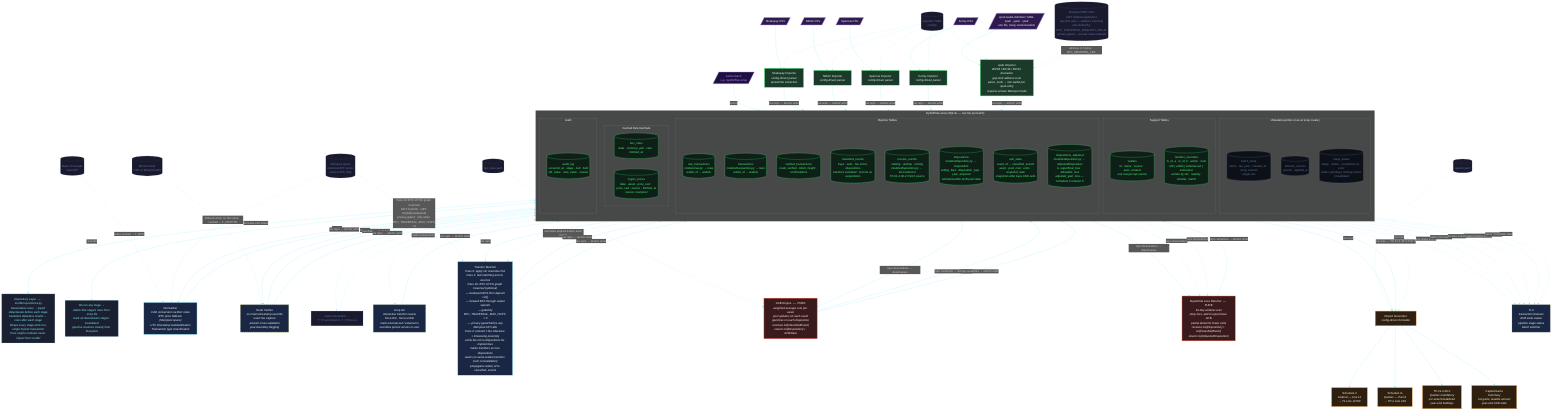
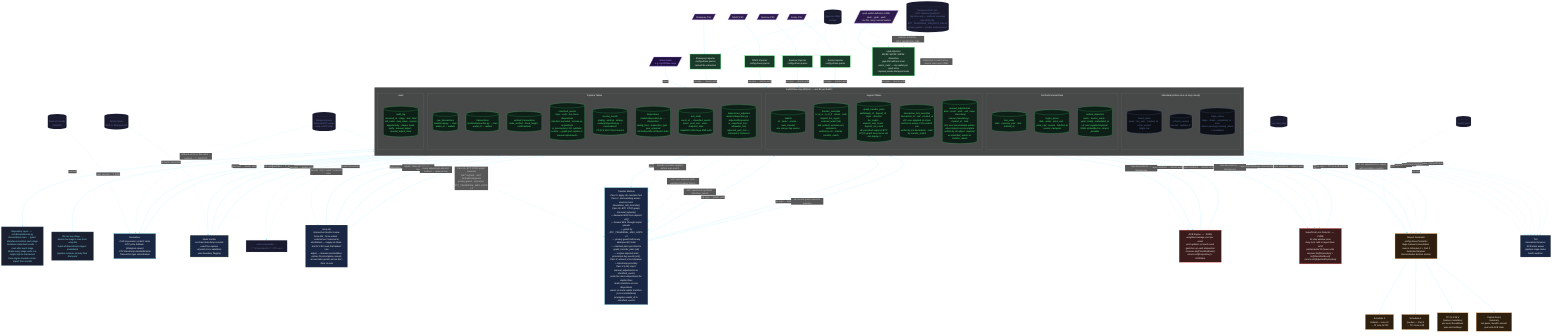
---
- verified-at: b5e6b66
+ verified-at: 8938c26
tracks:
  - src/sirop/db/schema.py
---
%%{init: {
  "theme": "dark",
  "themeVariables": {
    "primaryColor": "#1a1a2e",
    "primaryTextColor": "#e0e0e0",
    "primaryBorderColor": "#44475a",
    "lineColor": "#8be9fd",
    "secondaryColor": "#16213e",
    "tertiaryColor": "#0f3460",
    "fontSize": "14px"
  }
}}%%

flowchart TD
    classDef source   fill:#2d1b4e,stroke:#bd93f9,color:#f8f8f2,stroke-width:2px
    classDef importer fill:#1a3a2a,stroke:#50fa7b,color:#f8f8f2,stroke-width:2px
    classDef process  fill:#1a2744,stroke:#8be9fd,color:#f8f8f2,stroke-width:2px
    classDef engine   fill:#3a1a1a,stroke:#ff5555,color:#f8f8f2,stroke-width:2px
    classDef optional fill:#1a2744,stroke:#f1fa8c,color:#f8f8f2,stroke-width:2px,stroke-dasharray: 5 5
    classDef output   fill:#2e1f0f,stroke:#ffb86c,color:#f8f8f2,stroke-width:2px
    classDef dbtable  fill:#0d1f17,stroke:#50fa7b,color:#50fa7b,stroke-width:1px
    classDef dbmeta   fill:#0d1117,stroke:#6272a4,color:#6272a4,stroke-width:1px
    classDef external fill:#1a1a2e,stroke:#6272a4,color:#6272a4,stroke-width:1px,stroke-dasharray: 3 3
    classDef batch    fill:#1e1040,stroke:#bd93f9,color:#bd93f9,stroke-width:2px
    classDef repo     fill:#1a2030,stroke:#8be9fd,color:#8be9fd,stroke-width:1px,stroke-dasharray: 4 2
    classDef tui      fill:#1a2744,stroke:#f1fa8c,color:#f8f8f2,stroke-width:1px,stroke-dasharray: 3 3

    %% ═══════════════════════════════════════════
    %% BATCH CONTEXT
    %% One batch = one person's one tax year (e.g. "my2025tax").
    %% Each batch is a separate .sirop file in DATA_DIR.
    %% Active batch tracked in DATA_DIR/.active.
    %% ═══════════════════════════════════════════

    BATCH[/"Active batch<br/><i>e.g. my2025tax.sirop</i>"/]:::batch

    subgraph SIROPDB ["  my2025tax.sirop  (SQLite — one file per batch)"]
        direction TB

        subgraph DBMETA ["  Metadata (written once at sirop create)  "]
            T_BATCH[("batch_meta<br/><i>name · tax_year · created_at · sirop_version</i><br/><i>single row</i>")]:::dbmeta
            T_SCHEMA[("schema_version<br/><i>version · applied_at</i>")]:::dbmeta
            T_STATUS[("stage_status<br/><i>stage · status · completed_at · error</i><br/><i>status: pending | running | done | invalidated</i>")]:::dbmeta
        end

        subgraph DBCACHE ["  Cached External Data  "]
            T_BOC[("boc_rates<br/><i>date · currency_pair · rate · fetched_at</i>")]:::dbtable
            T_CRYPTO[("crypto_prices<br/><i>date · asset · price_usd · price_cad · source · fetched_at</i><br/><i>source: mempool</i>")]:::dbtable
+             T_CUSTOM_IMP[("custom_importers<br/><i>name · source_name · yaml_config · embedded_at</i><br/><i>v3: user-supplied importer YAML embedded so .sirop is portable</i>")]:::dbtable
        end

        subgraph DBSUPPORT ["  Support Tables  "]
            T_WALLETS[("wallets<br/><i>id · name · source · auto_created</i><br/><i>one row per tap source</i>")]:::dbtable
-             T_OVRD[("transfer_overrides<br/><i>tx_id_a · tx_id_b · action · note</i><br/><i>link | unlink | external-out | external-in</i><br/><i>written by stir · read by transfer_match</i>")]:::dbtable
+             T_OVRD[("transfer_overrides<br/><i>tx_id_a · tx_id_b · action · note</i><br/><i>implied_fee_crypto · external_wallet (v5)</i><br/><i>link | unlink | external-out | external-in</i><br/><i>written by stir · read by transfer_match</i>")]:::dbtable
+             T_GRAPH_PAIRS[("graph_transfer_pairs<br/><i>withdrawal_id · deposit_id · hops · direction</i><br/><i>fee_crypto · deposit_vout_count · deposit_vin_count</i><br/><i>v8: persisted output of BTC UTXO graph traversal so stir can display it</i>")]:::dbtable
+             T_TXID_OVRD[("transaction_txid_overrides<br/><i>transaction_id · txid · created_at</i><br/><i>v10: user-supplied on-chain txid for txs whose CSV omitted one</i><br/><i>written by stir destination · read by transfer_match</i>")]:::dbtable
+             T_MANUAL_ADJ[("manual_adjustments<br/><i>kind · asset · units · cad_value · timestamp</i><br/><i>reason (mandatory) · created_at · note</i><br/><i>v12: user reconciliation entries when imports are incomplete</i><br/><i>written by stir adjust · injected as classified_events at transfer_match</i>")]:::dbtable
        end

        subgraph DBPIPE ["  Pipeline Tables  "]
            T_RAW[("raw_transactions<br/><i>models/raw.py → rows</i><br/><i>wallet_id → wallets</i>")]:::dbtable
            T_TX[("transactions<br/><i>models/transaction.py → rows</i><br/><i>wallet_id → wallets</i>")]:::dbtable
            T_VTX[("verified_transactions<br/><i>node_verified · block_height · confirmations</i>")]:::dbtable
-             T_EVT[("classified_events<br/><i>buys · sells · fee micro-dispositions</i><br/><i>transfers excluded · income as acquisitions</i>")]:::dbtable
+             T_EVT[("classified_events<br/><i>buys · sells · fee micro-dispositions</i><br/><i>transfers excluded · income as acquisitions</i><br/><i>is_provisional (v11): synthetic events — graph-pair surplus or manual adjustments</i>")]:::dbtable
            T_INCOME[("income_events<br/><i>staking · airdrop · mining</i><br/><i>models/disposition.py → IncomeEvent</i><br/><i>TP-21.4.39-V Part 6 source</i>")]:::dbtable
            T_DISP[("dispositions<br/><i>models/disposition.py → Disposition</i><br/><i>selling_fees · disposition_type · year_acquired</i><br/><i>full before/after ACB pool state</i>")]:::dbtable
            T_ACB[("acb_state<br/><i>event_id → classified_events</i><br/><i>asset · pool_cost · units · snapshot_date</i><br/><i>snapshots after buys AND sells</i>")]:::dbtable
            T_DISP_ADJ[("dispositions_adjusted<br/><i>models/disposition.py → AdjustedDisposition</i><br/><i>is_superficial_loss · allowable_loss</i><br/><i>adjusted_gain_loss — Schedule 3 Column 5</i>")]:::dbtable
        end

        subgraph DBAUDIT ["  Audit  "]
-             T_AUDIT[("audit_log<br/><i>occurred_at · stage · txid · field</i><br/><i>old_value · new_value · reason</i>")]:::dbtable
+             T_AUDIT[("audit_log<br/><i>occurred_at · stage · txid · field</i><br/><i>old_value · new_value · reason</i><br/><i>append-only · stages: node-verify · manual_adjust · manual_adjust_clear</i>")]:::dbtable
        end
    end

    BATCH -->|"opens"| T_BATCH

    %% ═══════════════════════════════════════════
    %% REPOSITORY LAYER
    %% All DB reads and writes are mediated by src/db/repositories.py.
    %% Pure engine modules (ACB, SLD) never import from src/db/.
    %% Repositories deserialize rows → dataclasses before handing to engines,
    %% and serialize dataclass results → rows after engines return.
    %% ═══════════════════════════════════════════

    REPO["Repository Layer  —  src/db/repositories.py<br/><i>Deserializes rows → typed dataclasses before each stage</i><br/><i>Serializes dataclass results → rows after each stage</i><br/><i>Wraps every stage write in a single SQLite transaction</i><br/><i>Pure engine modules never import from src/db/</i>"]:::repo

    SIROPDB <-->|"all reads and writes"| REPO

    %% ═══════════════════════════════════════════
    %% CASCADING INVALIDATION
    %% Re-running stage N deletes its output table rows for the batch
    %% and marks all downstream stages as 'invalidated' in stage_status.
    %% ═══════════════════════════════════════════

    INVAL["Re-run any stage →<br/><i>delete that stage's rows from .sirop file</i><br/><i>mark all downstream stages: invalidated</i><br/><i>pipeline resumes cleanly from that point</i>"]:::repo
    T_STATUS <-->|"cascade"| INVAL

    %% ═══════════════════════════════════════════
    %% DATA SOURCES
    %% ═══════════════════════════════════════════

    SP[/"Shakepay CSV"/]:::source
    ND[/"NDAX CSV"/]:::source
    SW[/"Sparrow CSV"/]:::source
    KN[/"Koinly CSV"/]:::source
    XPUB[/"xpub wallet-definition YAML<br/><i>zpub · ypub · xpub</i><br/><i>one file, many named wallets</i>"/]:::source

    %% ═══════════════════════════════════════════
    %% STAGE 1 — tap  (import)
    %% ═══════════════════════════════════════════

    IMP_SP["Shakepay Importer<br/><i>config-driven parser</i><br/><i>spread fee extraction</i>"]:::importer
    IMP_ND["NDAX Importer<br/><i>config-driven parser</i>"]:::importer
    IMP_SW["Sparrow Importer<br/><i>config-driven parser</i>"]:::importer
    IMP_KN["Koinly Importer<br/><i>config-driven parser</i>"]:::importer
    IMP_XPUB["xpub Importer<br/><i>BIP84 / BIP49 / BIP44 derivation</i><br/><i>gap-limit address scan</i><br/><i>parse_multi → one wallet per xpub entry</i><br/><i>requires private Mempool node</i>"]:::importer
    YAML_IMP[("Importer YAML<br/>configs")]:::external
    MEMPOOL_TAP[("Mempool REST API<br/><i>GET /address/{addr}/txs</i><br/><i>tap-time only — address scanning</i><br/><i>rate-limited by BTC_TRAVERSAL_REQUEST_DELAY</i><br/><i>privacy-gated — private node required</i>")]:::external

    SP --> IMP_SP
    ND --> IMP_ND
    SW --> IMP_SW
    KN --> IMP_KN
    XPUB --> IMP_XPUB
    YAML_IMP -.-> IMP_SP & IMP_ND & IMP_SW & IMP_KN & IMP_XPUB
    MEMPOOL_TAP -.->|"address tx history · BTC_MEMPOOL_URL"| IMP_XPUB

    IMP_SP & IMP_ND & IMP_SW & IMP_KN & IMP_XPUB -->|"via repo → atomic write"| T_RAW
+     YAML_IMP -.->|"embedded in batch when --source uses user YAML"| T_CUSTOM_IMP

    %% ═══════════════════════════════════════════
    %% STAGE 2 — normalize
    %% ═══════════════════════════════════════════

    NORM["Normalizer<br/><i>CAD conversion via BoC rates</i><br/><i>BTC price fallback (Mempool.space)</i><br/><i>UTC timestamp standardization</i><br/><i>Transaction type classification</i>"]:::process
    BOC[("Bank of Canada<br/>Valet API")]:::external
    PRICE_API[("Mempool.space<br/><i>historical BTC prices</i><br/><i>sirop is BTC-only</i>")]:::external

    T_RAW -->|"via repo"| NORM
    BOC -.->|"rates cached → T_BOC"| NORM
    PRICE_API -.->|"fallback when no fiat value · cached → T_CRYPTO"| NORM
    NORM -->|"via repo → atomic write"| T_TX

    %% ═══════════════════════════════════════════
    %% STAGE 3 — verify  (optional)
    %% Node overrides written to audit_log.
    %% ═══════════════════════════════════════════

    NODE["Node Verifier<br/><i>on-chain timestamp override</i><br/><i>exact fee capture</i><br/><i>amount cross-validation</i><br/><i>year-boundary flagging</i>"]:::optional
    BTC_NODE[("Bitcoin Node<br/>RPC or Mempool API")]:::external

    T_TX -->|"via repo"| NODE
    BTC_NODE -.-> NODE
    NODE -->|"overrides → T_AUDIT"| T_AUDIT
    NODE -->|"via repo → atomic write"| T_VTX

    SKIP["<i>node unavailable →<br/>T_TX promoted to T_VTX as-is</i>"]:::external
    T_TX -.-> SKIP -.-> T_VTX

    %% ═══════════════════════════════════════════
    %% STIR — interactive override editor
-     %% Optional step between tap and boil.
-     %% Reads transactions; writes transfer_overrides.
-     %% transfer_match reads overrides before auto-matching.
-     %% ═══════════════════════════════════════════
- 
-     STIR["sirop stir<br/><i>interactive transfer review</i><br/><i>force-link · force-unlink</i><br/><i>mark external-out / external-in</i><br/><i>overrides persist across re-runs</i>"]:::tui
+     %% Optional step between tap and boil.  Four sub-commands today:
+     %%   transfer/link/unlink/clear → transfer_overrides
+     %%   destination                → transaction_txid_overrides
+     %%   adjust / clear-adjustment  → manual_adjustments + audit_log
+     %% transfer_match reads all four override tables before auto-matching.
+     %% ═══════════════════════════════════════════
+ 
+     STIR["sirop stir<br/><i>interactive transfer review</i><br/><i>force-link · force-unlink · external-out / external-in</i><br/><i>destination — supply on-chain txid for CSV rows that lacked one</i><br/><i>adjust — manual reconciliation entries for incomplete records</i><br/><i>all overrides persist across boil --from re-runs</i>"]:::tui

    T_TX -.->|"reads transactions"| STIR
-     STIR -->|"via repo → atomic write"| T_OVRD
+     STIR -->|"transfer / link / unlink / external-* → repo"| T_OVRD
+     STIR -->|"destination → repo"| T_TXID_OVRD
+     STIR -->|"adjust / clear-adjustment → repo"| T_MANUAL_ADJ
+     STIR -->|"every adjustment add and remove → append-only"| T_AUDIT

    %% ═══════════════════════════════════════════
    %% STAGE 4 — transfer matching
    %% ═══════════════════════════════════════════

-     MATCH["Transfer Matcher<br/><i>Pass 0: apply stir overrides first</i><br/><i>Pass 1: txid matching across sources</i><br/><i>Pass 1b: BTC UTXO graph traversal (optional)</i><br/><i> — backward BFS from deposit vin[]</i><br/><i> — forward BFS through output spends</i><br/><i> — gated by BTC_TRAVERSAL_MAX_HOPS &gt; 0</i><br/><i> — privacy guard before any Mempool API calls</i><br/><i>Pass 2: amount ± fee tolerance + timestamp proximity</i><br/><i>emits fee micro-dispositions for implied fees</i><br/><i>marks transfers as non-dispositions</i><br/><i>warns on same-wallet transfers (coin consolidation)</i><br/><i>propagates wallet_id to classified_events</i>"]:::process
+     MATCH["Transfer Matcher<br/><i>Pass 0: apply stir overrides first</i><br/><i>Pass 1: txid matching across sources (uses transaction_txid_overrides)</i><br/><i>Pass 1b: BTC UTXO graph traversal (optional)</i><br/><i> — backward BFS from deposit vin[]</i><br/><i> — forward BFS through output spends</i><br/><i> — gated by BTC_TRAVERSAL_MAX_HOPS &gt; 0</i><br/><i> — privacy guard before any Mempool API calls</i><br/><i> — matched pairs persisted to graph_transfer_pairs (v8)</i><br/><i> — surplus deposits emit provisional buy events (v11)</i><br/><i>Pass 2: amount ± fee tolerance + timestamp proximity</i><br/><i>Pass 3 (v12): inject manual_adjustments as classified_events</i><br/><i>emits fee micro-dispositions for implied fees</i><br/><i>marks transfers as non-dispositions</i><br/><i>warns on same-wallet transfers (coin consolidation)</i><br/><i>propagates wallet_id to classified_events</i>"]:::process

    T_VTX -->|"via repo"| MATCH
-     T_OVRD -.->|"overrides applied before auto-match"| MATCH
+     T_OVRD -.->|"transfer overrides applied before auto-match"| MATCH
+     T_TXID_OVRD -.->|"v10: user-supplied txids patched in before Pass 1"| MATCH
+     T_MANUAL_ADJ -.->|"v12: injected as synthetic classified_events"| MATCH
    PRICE_API -.->|"Pass 1b: BTC UTXO graph traversal<br/><i>GET /tx/{txid} · GET /tx/{txid}/outspends</i><br/><i>privacy-gated · only when BTC_TRAVERSAL_MAX_HOPS &gt; 0</i>"| MATCH
    MATCH -->|"via repo → atomic write"| T_EVT
    MATCH -->|"via repo → atomic write"| T_INCOME
+     MATCH -->|"v8: persist graph-traversal matches"| T_GRAPH_PAIRS

    %% ═══════════════════════════════════════════
    %% STAGE 5 — boil  (ACB engine)
    %% PURE: receives dataclasses, returns dataclasses.
    %% Never imports from src/db/. Repo wraps all I/O.
    %% ═══════════════════════════════════════════

    ACB["ACB Engine  —  PURE<br/><i>weighted-average cost per asset</i><br/><i>pool updates on each event</i><br/><i>gain/loss on each disposition</i><br/><i>receives list[ClassifiedEvent]</i><br/><i>returns list[Disposition] + ACBState</i>"]:::engine
    YAML_TAX[("tax_rules.yaml")]:::external

    T_EVT -->|"repo deserializes → dataclasses"| ACB
    YAML_TAX -.-> ACB
    ACB -->|"repo serializes → atomic write"| T_DISP & T_ACB

    %% ═══════════════════════════════════════════
    %% STAGE 6 — superficial loss detection
    %% PURE: same contract as ACB engine.
    %% ═══════════════════════════════════════════

    SLD["Superficial Loss Detector  —  PURE<br/><i>61-day window scan</i><br/><i>deny loss, add to repurchase ACB</i><br/><i>partial denial for fewer units</i><br/><i>receives list[Disposition] + list[ClassifiedEvent]</i><br/><i>returns list[AdjustedDisposition]</i>"]:::engine

    T_DISP -->|"repo deserializes → dataclasses"| SLD
    T_EVT -.->|"repo deserializes"| SLD
    T_ACB -.->|"repo deserializes"| SLD
    SLD -->|"repo serializes → atomic write"| T_DISP_ADJ

    %% ═══════════════════════════════════════════
    %% STAGE 7 — pour  (report generation)
    %% ═══════════════════════════════════════════

    YAML_RPT[("reports.yaml")]:::external
-     RPT["Report Generator<br/><i>config-driven formatter</i>"]:::output
+     RPT["Report Generator<br/><i>config-driven formatter</i><br/><i>flags manual reconciliation rows in Schedule 3 + Part 3</i><br/><i>dedicated Manual Reconciliation Entries section</i>"]:::output

    T_DISP_ADJ -->|"via repo"| RPT
    T_INCOME -->|"via repo — TP-21.4.39-V Part 6"| RPT
    T_ACB -.->|"via repo"| RPT
+     T_MANUAL_ADJ -.->|"v12: list adjustments in report with mandatory reasons"| RPT
    YAML_RPT -.-> RPT

    S3["Schedule 3<br/><i>Federal — Line 10</i><br/><i>→ T1 Line 12700</i>"]:::output
    SG["Schedule G<br/><i>Quebec — Part A</i><br/><i>→ TP-1 Line 139</i>"]:::output
    TP["TP-21.4.39-V<br/><i>Quebec mandatory</i><br/><i>per-asset breakdown</i><br/><i>year-end holdings</i>"]:::output
    SUM["Capital Gains<br/>Summary<br/><i>net gains, taxable amount</i><br/><i>year-end ACB state</i>"]:::output

    RPT --> S3 & SG & TP & SUM

    %% ═══════════════════════════════════════════
    %% TUI — reads DB directly, no pipeline re-run
    %% ═══════════════════════════════════════════

    TUI["TUI<br/><i>transaction browser</i><br/><i>ACB state viewer</i><br/><i>pipeline stage status</i><br/><i>batch switcher</i>"]:::tui

    T_STATUS -.->|"live stage status"| TUI
    T_BATCH -.->|"batch info header"| TUI
    T_EVT -.->|"browse events"| TUI
    T_INCOME -.->|"browse income events"| TUI
    T_DISP_ADJ -.->|"gains / losses"| TUI
    T_ACB -.->|"ACB state"| TUI
